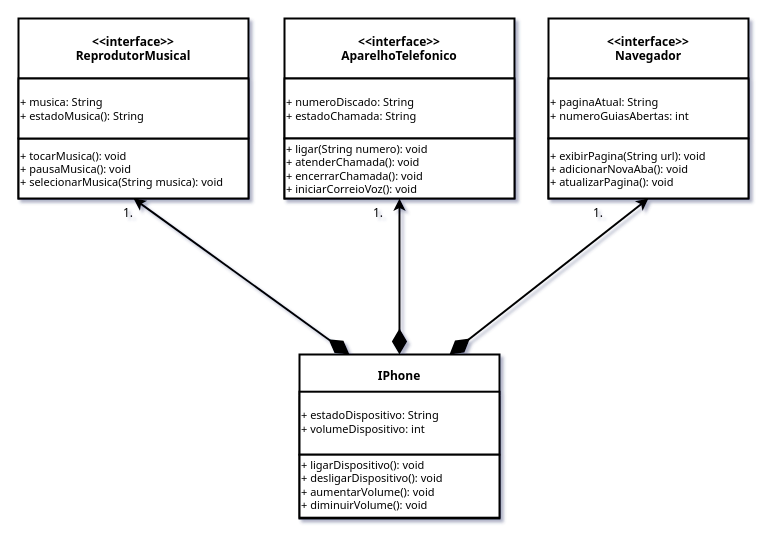
This is labs/dio-lab-modelando-iphone/desafio-modelando-iphone/docs/DiagramaIphone.drawio from jhonestiago/dio-bootcamp-backend-java, a draw.io file, before an edit. Source tidied: cells renumbered, new cells numbered last; positions are measured from the earlier drawing's top-left corner, leaving out a move shared by most shapes. Both pictures are drawn from the tidied source at 100%, with x=0, y=0 at pixel (18, 18).
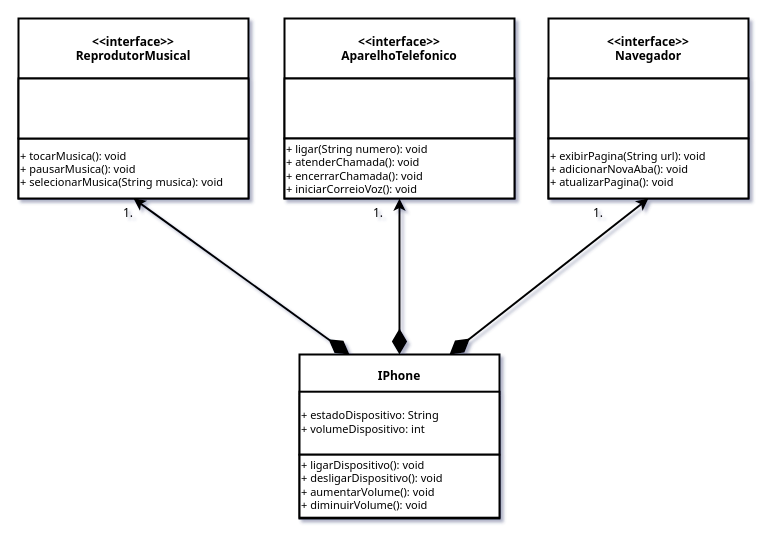
After the change.

Commit message (it also covers changes not shown here):
classes ReprodutorMusical, AparelhoTelefonico e IPhone

Unchanged cells that the change refers to:
```xml
<mxCell id="2" value="&lt;&lt;interface&gt;&gt;&#10;ReprodutorMusical" style="swimlane;startSize=60;fontStyle=1;fillColor=#FFFFFF;strokeColor=#000000;fontColor=#000000;fontFamily=Tahoma;strokeWidth=2;" parent="1" vertex="1">
  <mxGeometry width="230" height="180" as="geometry" />
</mxCell>
<mxCell id="7" value="&lt;&lt;interface&gt;&gt;&#10;AparelhoTelefonico" style="swimlane;startSize=60;fontStyle=1;fillColor=#FFFFFF;strokeColor=#000000;fontColor=#000000;fontFamily=Tahoma;strokeWidth=2;" parent="1" vertex="1">
  <mxGeometry x="266" width="230" height="180" as="geometry" />
</mxCell>
<mxCell id="12" value="&lt;&lt;interface&gt;&gt;&#10;Navegador" style="swimlane;startSize=60;fontStyle=1;fillColor=#FFFFFF;strokeColor=#000000;fontColor=#000000;fontFamily=Tahoma;strokeWidth=2;" parent="1" vertex="1">
  <mxGeometry x="530" width="200" height="180" as="geometry" />
</mxCell>
```

Change to the diagram source:
```diff
@@
-    <mxCell id="5" value="+ tocarMusica(): void&lt;br style=&quot;font-size: 11px;&quot;&gt;+ pausaMusica(): void&lt;br style=&quot;font-size: 11px;&quot;&gt;+ selecionarMusica(String musica): void&amp;nbsp;" style="text;html=1;strokeColor=none;fillColor=none;align=left;verticalAlign=middle;whiteSpace=wrap;rounded=0;labelBackgroundColor=none;strokeWidth=2;fontFamily=Tahoma;fontColor=#000000;fontSize=11;" parent="2" vertex="1">
+    <mxCell id="5" value="+ tocarMusica(): void&lt;br style=&quot;font-size: 11px;&quot;&gt;+ pausarMusica(): void&lt;br style=&quot;font-size: 11px;&quot;&gt;+ selecionarMusica(String musica): void&amp;nbsp;" style="text;html=1;strokeColor=none;fillColor=none;align=left;verticalAlign=middle;whiteSpace=wrap;rounded=0;labelBackgroundColor=none;strokeWidth=2;fontFamily=Tahoma;fontColor=#000000;fontSize=11;" parent="2" vertex="1">
       <mxGeometry y="120" width="230" height="60" as="geometry" />
     </mxCell>
-    <mxCell id="6" value="+ musica: String&lt;br style=&quot;font-size: 11px;&quot;&gt;+ estadoMusica(): String&amp;nbsp;" style="text;html=1;strokeColor=none;fillColor=none;align=left;verticalAlign=middle;whiteSpace=wrap;rounded=0;labelBackgroundColor=none;strokeWidth=2;fontFamily=Tahoma;fontColor=#000000;fontSize=11;" parent="2" vertex="1">
-      <mxGeometry y="60" width="230" height="60" as="geometry" />
-    </mxCell>
@@
-    <mxCell id="11" value="+ numeroDiscado: String&lt;br style=&quot;font-size: 11px;&quot;&gt;+ estadoChamada: String" style="text;html=1;strokeColor=none;fillColor=none;align=left;verticalAlign=middle;whiteSpace=wrap;rounded=0;labelBackgroundColor=none;strokeWidth=2;fontFamily=Tahoma;fontColor=#000000;fontSize=11;" parent="7" vertex="1">
-      <mxGeometry y="60" width="230" height="60" as="geometry" />
-    </mxCell>
@@
-    <mxCell id="16" value="+ paginaAtual: String&lt;br style=&quot;font-size: 11px;&quot;&gt;+ numeroGuiasAbertas: int&amp;nbsp;" style="text;html=1;strokeColor=none;fillColor=none;align=left;verticalAlign=middle;whiteSpace=wrap;rounded=0;labelBackgroundColor=none;strokeWidth=2;fontFamily=Tahoma;fontColor=#000000;fontSize=11;" parent="12" vertex="1">
-      <mxGeometry y="60" width="200" height="60" as="geometry" />
-    </mxCell>
```
